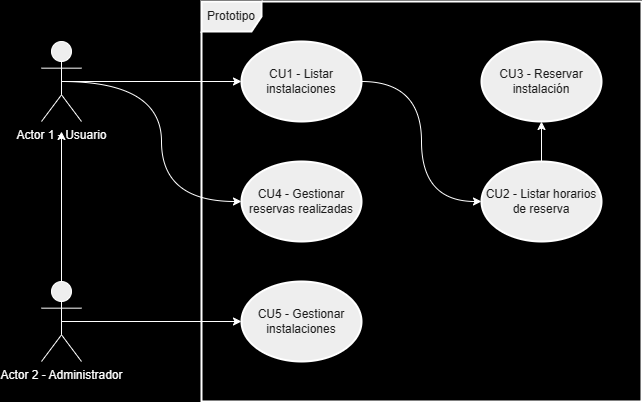
Earlier version of the draw.io export doc/UseCase.png (333-333-333/public-static-void-main-string-args). Source tidied: cells renumbered, new cells last; positions are measured from the earlier drawing's top-left corner, leaving out a move shared by most shapes.
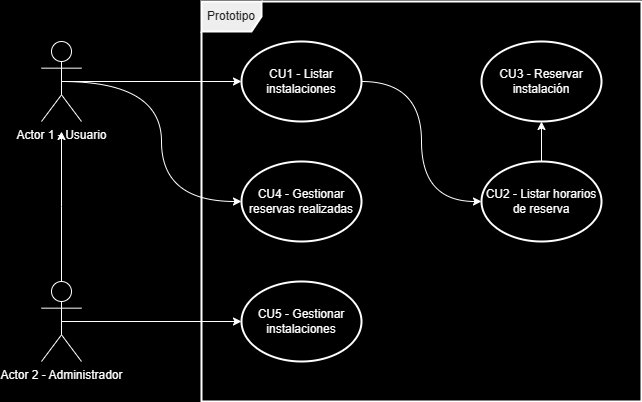
Above is the later version.

What changed in the source:
```diff
@@ -8,7 +8,7 @@
     <mxCell id="3" style="edgeStyle=orthogonalEdgeStyle;shape=connector;curved=1;rounded=1;jettySize=auto;html=1;exitX=0.5;exitY=0.5;exitDx=0;exitDy=0;exitPerimeter=0;entryX=0;entryY=0.5;entryDx=0;entryDy=0;labelBackgroundColor=default;strokeColor=#FFFFFF;align=center;verticalAlign=middle;fontFamily=Helvetica;fontSize=11;fontColor=default;endArrow=classic;" parent="1" edge="1" source="4" target="12">
       <mxGeometry relative="1" as="geometry" />
     </mxCell>
-    <mxCell id="4" value="&lt;font color=&quot;#ffffff&quot;&gt;Actor 1 - Usuario&lt;/font&gt;" style="shape=umlActor;verticalLabelPosition=bottom;verticalAlign=top;html=1;outlineConnect=0;labelBackgroundColor=none;rounded=0;fillColor=#EEEEEE;strokeColor=#FFFFFF;fontColor=#1A1A1A;" parent="1" vertex="1">
+    <mxCell id="4" value="&lt;font color=&quot;#ffffff&quot;&gt;Actor 1 - Usuario&lt;/font&gt;" style="shape=umlActor;verticalLabelPosition=bottom;verticalAlign=top;html=1;outlineConnect=0;labelBackgroundColor=none;rounded=0;fillColor=#000000;strokeColor=#FFFFFF;fontColor=#1A1A1A;" parent="1" vertex="1">
       <mxGeometry y="40" width="40" height="80" as="geometry" />
     </mxCell>
     <mxCell id="5" style="edgeStyle=orthogonalEdgeStyle;shape=connector;curved=1;rounded=1;jettySize=auto;html=1;exitX=0.5;exitY=0.5;exitDx=0;exitDy=0;exitPerimeter=0;labelBackgroundColor=default;strokeColor=#FFFFFF;align=center;verticalAlign=middle;fontFamily=Helvetica;fontSize=11;fontColor=default;endArrow=classic;" parent="1" edge="1" source="7" target="15">
@@ -19,7 +19,7 @@
         <mxPoint x="20" y="130" as="targetPoint" />
       </mxGeometry>
     </mxCell>
-    <mxCell id="7" value="&lt;font color=&quot;#ffffff&quot;&gt;Actor 2 - Administrador&lt;/font&gt;" style="shape=umlActor;verticalLabelPosition=bottom;verticalAlign=top;html=1;outlineConnect=0;labelBackgroundColor=none;rounded=0;fillColor=#EEEEEE;strokeColor=#FFFFFF;fontColor=#1A1A1A;" parent="1" vertex="1">
+    <mxCell id="7" value="&lt;font color=&quot;#ffffff&quot;&gt;Actor 2 - Administrador&lt;/font&gt;" style="shape=umlActor;verticalLabelPosition=bottom;verticalAlign=top;html=1;outlineConnect=0;labelBackgroundColor=none;rounded=0;fillColor=#000000;strokeColor=#FFFFFF;fontColor=#1A1A1A;" parent="1" vertex="1">
       <mxGeometry y="280" width="40" height="80" as="geometry" />
     </mxCell>
     <mxCell id="8" value="Prototipo" style="shape=umlFrame;whiteSpace=wrap;html=1;strokeWidth=2;labelBackgroundColor=none;rounded=0;fillColor=#EEEEEE;strokeColor=#FFFFFF;fontColor=#1A1A1A;" parent="1" vertex="1">
@@ -28,22 +28,22 @@
     <mxCell id="9" style="edgeStyle=orthogonalEdgeStyle;shape=connector;curved=1;rounded=1;jettySize=auto;html=1;exitX=0.5;exitY=0;exitDx=0;exitDy=0;entryX=0.5;entryY=1;entryDx=0;entryDy=0;labelBackgroundColor=default;strokeColor=#FFFFFF;align=center;verticalAlign=middle;fontFamily=Helvetica;fontSize=11;fontColor=default;endArrow=classic;" parent="1" edge="1" source="10" target="11">
       <mxGeometry relative="1" as="geometry" />
     </mxCell>
-    <mxCell id="10" value="CU2&amp;nbsp;- Listar horarios de reserva" style="ellipse;whiteSpace=wrap;html=1;labelBackgroundColor=none;strokeWidth=2;fillColor=#EEEEEE;strokeColor=#FFFFFF;fontColor=#1A1A1A;" parent="1" vertex="1">
+    <mxCell id="10" value="&lt;font color=&quot;#ffffff&quot;&gt;CU2&amp;nbsp;- Listar horarios de reserva&lt;/font&gt;" style="ellipse;whiteSpace=wrap;html=1;labelBackgroundColor=none;strokeWidth=2;fillColor=#000000;strokeColor=#FFFFFF;fontColor=#1A1A1A;" parent="1" vertex="1">
       <mxGeometry x="440" y="160" width="120" height="80" as="geometry" />
     </mxCell>
-    <mxCell id="11" value="CU3 - Reservar instalación" style="ellipse;whiteSpace=wrap;html=1;labelBackgroundColor=none;strokeWidth=2;fillColor=#EEEEEE;strokeColor=#FFFFFF;fontColor=#1A1A1A;" parent="1" vertex="1">
+    <mxCell id="11" value="&lt;font color=&quot;#ffffff&quot;&gt;CU3 - Reservar instalación&lt;/font&gt;" style="ellipse;whiteSpace=wrap;html=1;labelBackgroundColor=none;strokeWidth=2;fillColor=#000000;strokeColor=#FFFFFF;fontColor=#1A1A1A;" parent="1" vertex="1">
       <mxGeometry x="440" y="40" width="120" height="80" as="geometry" />
     </mxCell>
-    <mxCell id="12" value="CU4&amp;nbsp;- Gestionar reservas realizadas" style="ellipse;whiteSpace=wrap;html=1;labelBackgroundColor=none;strokeWidth=2;fillColor=#EEEEEE;strokeColor=#FFFFFF;fontColor=#1A1A1A;" parent="1" vertex="1">
+    <mxCell id="12" value="&lt;font color=&quot;#ffffff&quot;&gt;CU4&amp;nbsp;- Gestionar reservas realizadas&lt;/font&gt;" style="ellipse;whiteSpace=wrap;html=1;labelBackgroundColor=none;strokeWidth=2;fillColor=#000000;strokeColor=#FFFFFF;fontColor=#1A1A1A;" parent="1" vertex="1">
       <mxGeometry x="200" y="160" width="120" height="80" as="geometry" />
     </mxCell>
     <mxCell id="13" style="edgeStyle=orthogonalEdgeStyle;shape=connector;curved=1;rounded=1;jettySize=auto;html=1;exitX=1;exitY=0.5;exitDx=0;exitDy=0;entryX=0;entryY=0.5;entryDx=0;entryDy=0;labelBackgroundColor=default;strokeColor=#FFFFFF;align=center;verticalAlign=middle;fontFamily=Helvetica;fontSize=11;fontColor=default;endArrow=classic;" parent="1" edge="1" source="14" target="10">
       <mxGeometry relative="1" as="geometry" />
     </mxCell>
-    <mxCell id="14" value="CU1 - Listar instalaciones" style="ellipse;whiteSpace=wrap;html=1;labelBackgroundColor=none;strokeWidth=2;fillColor=#EEEEEE;strokeColor=#FFFFFF;fontColor=#1A1A1A;" parent="1" vertex="1">
+    <mxCell id="14" value="&lt;font color=&quot;#ffffff&quot;&gt;CU1 - Listar instalaciones&lt;/font&gt;" style="ellipse;whiteSpace=wrap;html=1;labelBackgroundColor=none;strokeWidth=2;fillColor=#000000;strokeColor=#FFFFFF;fontColor=#1A1A1A;" parent="1" vertex="1">
       <mxGeometry x="200" y="40" width="120" height="80" as="geometry" />
     </mxCell>
-    <mxCell id="15" value="CU5 - Gestionar instalaciones" style="ellipse;whiteSpace=wrap;html=1;labelBackgroundColor=none;strokeWidth=2;fillColor=#EEEEEE;strokeColor=#FFFFFF;fontColor=#1A1A1A;" parent="1" vertex="1">
+    <mxCell id="15" value="&lt;font color=&quot;#ffffff&quot;&gt;CU5 - Gestionar instalaciones&lt;/font&gt;" style="ellipse;whiteSpace=wrap;html=1;labelBackgroundColor=none;strokeWidth=2;fillColor=#000000;strokeColor=#FFFFFF;fontColor=#1A1A1A;" parent="1" vertex="1">
       <mxGeometry x="200" y="280" width="120" height="80" as="geometry" />
     </mxCell>
   </root>
```
